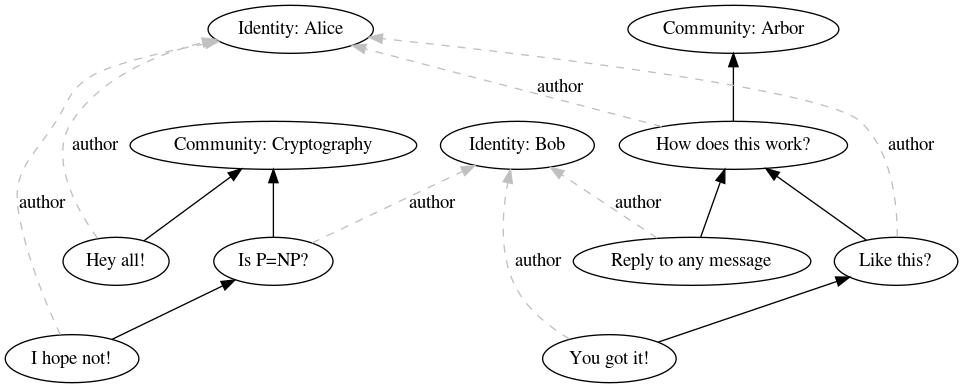
Above: graphviz-rendered/example-forest.dot.png in arborchat/arborchat (Graphviz), before the change. Its source is kept beside it as graphviz-raw/example-forest.dot.
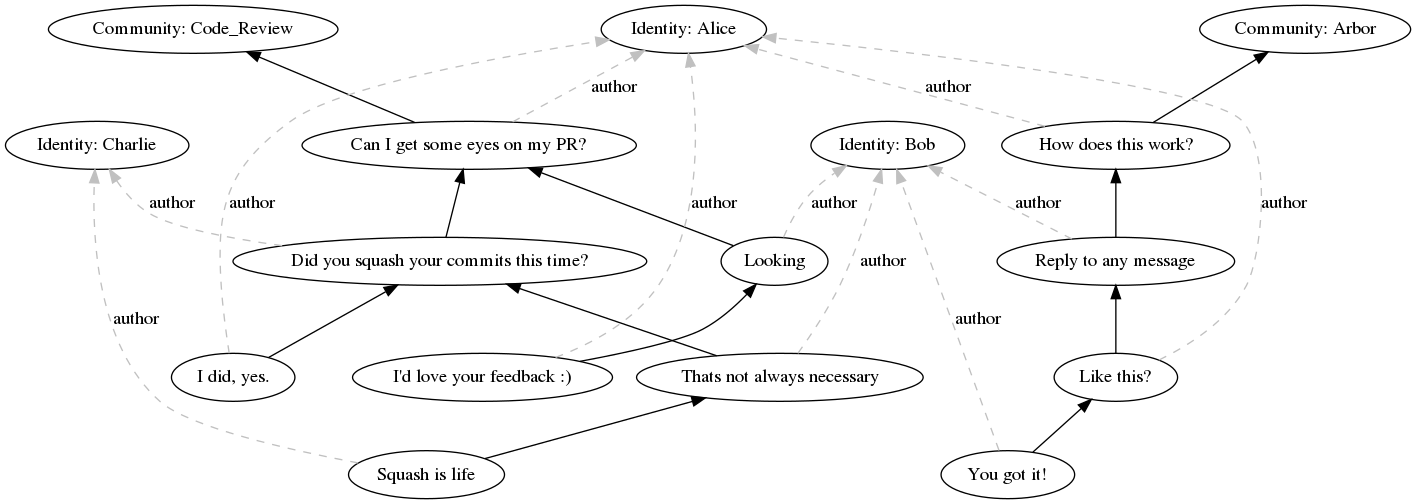
The same diagram one commit later.

Commit message:
Update conversation example

Remove whitespace

What changed in the source:
```diff
@@ -1,32 +1,45 @@
 digraph forest {
-    rankdir=BT
-    IdentityA [rank=0,label="Identity: Alice"]
-    IdentityB [rank=0,label="Identity: Bob"]
-    CommunityA [rank=0,label="Community: Cryptography"]
-    CommunityB [rank=0,label="Community: Arbor"]
+	rankdir=BT
+	IdentityA [rank=0,label="Identity: Alice"]
+	IdentityB [rank=0,label="Identity: Bob"]
+	IdentityC [rank=0,label="Identity: Charlie"]
+	CommunityA [rank=0,label="Community: Code_Review"]
+	CommunityB [rank=0,label="Community: Arbor"]
 
-    ReplyA [rank=1,label="Hey all!"]
-    ReplyB [rank=1,label="Is P=NP?"]
-    ReplyC [rank=2,label="I hope not!"]
+	ReplyA [rank=1,label="Can I get some eyes on my PR?"]
+	ReplyB [rank=2,label="Looking"]
+	ReplyC [rank=2,label="Did you squash your commits this time?"]
+	ReplyF [rank=3,label="Thats not always necessary"]
+	ReplyD [rank=3,label="I'd love your feedback :)"]
+	ReplyE [rank=3,label="I did, yes."]
+	ReplyG [rank=4,label="Squash is life"]
 
-    ReplyD [rank=1,label="How does this work?"]
-    ReplyE [rank=2,label="Reply to any message"]
-    ReplyF [rank=2,label="Like this?"]
-    ReplyG [rank=3,label="You got it!"]
+	ReplyH [rank=1,label="How does this work?"]
+	ReplyI [rank=2,label="Reply to any message"]
+	ReplyJ [rank=2,label="Like this?"]
+	ReplyK [rank=3,label="You got it!"]
 
-    ReplyA -> CommunityA
-    ReplyA -> IdentityA [label="author",color="gray",style="dashed"]
-    ReplyB -> CommunityA
-    ReplyB -> IdentityB [label="author",color="gray",style="dashed"]
-    ReplyC -> ReplyB
-    ReplyC -> IdentityA [label="author",color="gray",style="dashed"]
+	ReplyA -> CommunityA
+	ReplyA -> IdentityA [label="author",color="gray",style="dashed"]
+	ReplyB -> ReplyA
+	ReplyB -> IdentityB [label="author",color="gray",style="dashed"]
+	ReplyC -> ReplyA
+	ReplyC -> IdentityC [label="author",color="gray",style="dashed"]
+	ReplyD -> ReplyB
+	ReplyD -> IdentityA [label="author",color="gray",style="dashed"]
+	ReplyE -> ReplyC
+	ReplyE -> IdentityA [label="author",color="gray",style="dashed"]
+	ReplyF -> ReplyC
+	ReplyF -> IdentityB [label="author",color="gray",style="dashed"]
+	ReplyG -> ReplyF
+	ReplyG -> IdentityC [label="author",color="gray",style="dashed"]
 
-    ReplyD -> CommunityB
-    ReplyD -> IdentityA [label="author",color="gray",style="dashed"]
-    ReplyE -> ReplyD
-    ReplyE -> IdentityB [label="author",color="gray",style="dashed"]
-    ReplyF -> ReplyD
-    ReplyF -> IdentityA [label="author",color="gray",style="dashed"]
-    ReplyG -> ReplyF
-    ReplyG -> IdentityB [label="author",color="gray",style="dashed"]
+	ReplyH -> CommunityB
+	ReplyH -> IdentityA [label="author",color="gray",style="dashed"]
+	ReplyI -> ReplyH
+	ReplyI -> IdentityB [label="author",color="gray",style="dashed"]
+	ReplyJ -> ReplyI
+	ReplyJ -> IdentityA [label="author",color="gray",style="dashed"]
+	ReplyK -> ReplyJ
+	ReplyK -> IdentityB [label="author",color="gray",style="dashed"]
 }
```
